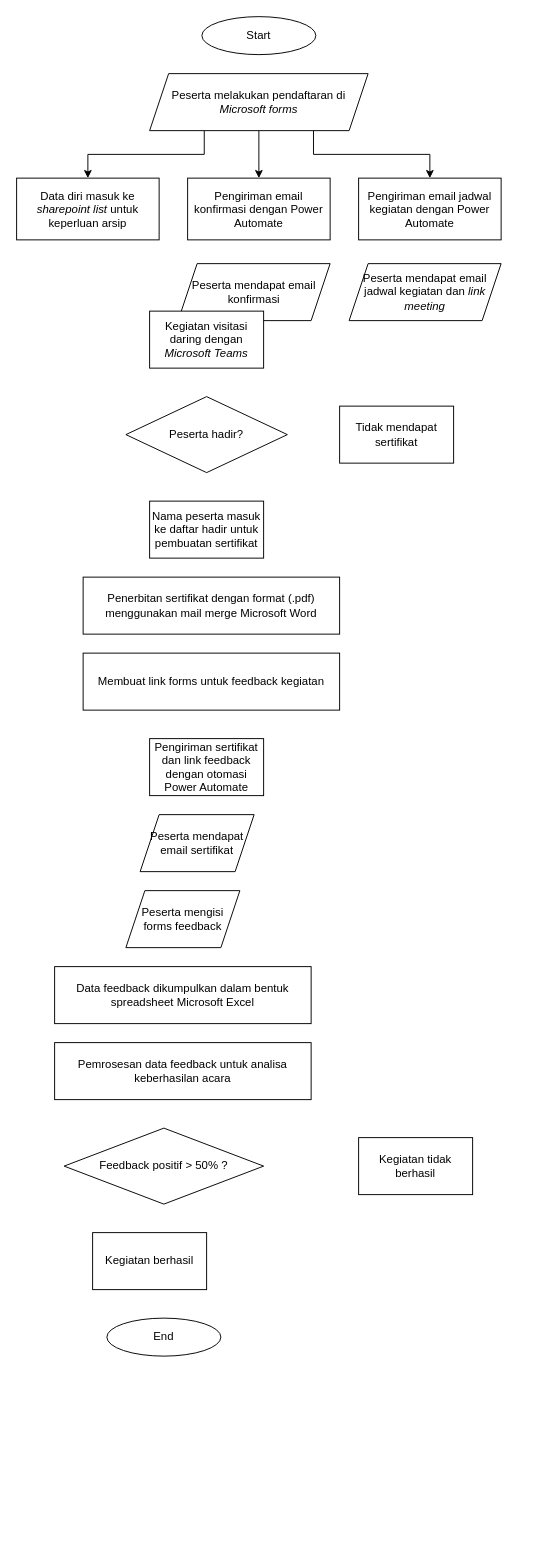
Above: Flowchart Proses.drawio in kairamilanifitria/Capstone-Project (draw.io), before the change. Source tidied: cells renumbered, new cells numbered last; positions are measured from the earlier drawing's top-left corner, leaving out a move shared by most shapes. Both pictures are drawn from the tidied source at 95%, with x=0, y=0 at pixel (16, 16).
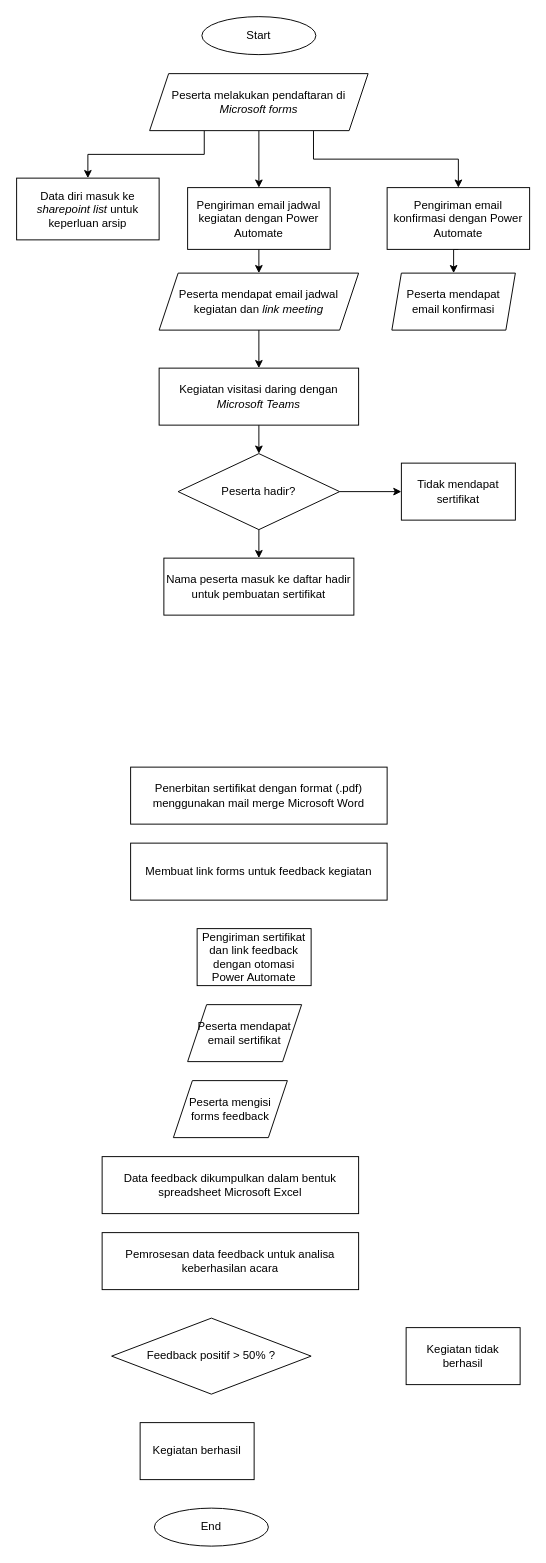
Above is the later version.

The change refers to these unchanged cells:
```xml
<mxCell id="6" value="Peserta melakukan pendaftaran di &lt;i&gt;Microsoft&amp;nbsp;forms&lt;/i&gt;" style="shape=parallelogram;perimeter=parallelogramPerimeter;whiteSpace=wrap;html=1;fixedSize=1;" parent="1" vertex="1">
  <mxGeometry x="140" y="60" width="230" height="60" as="geometry" />
</mxCell>
```

Diff of the diagram source:
```diff
@@
+    <mxCell id="5" style="edgeStyle=orthogonalEdgeStyle;rounded=0;jettySize=auto;html=1;exitX=0.5;exitY=1;exitDx=0;exitDy=0;entryX=0.5;entryY=0;entryDx=0;entryDy=0;" parent="1" edge="1" source="6" target="9">
+      <mxGeometry relative="1" as="geometry" />
+    </mxCell>
-    <mxCell id="4" style="edgeStyle=orthogonalEdgeStyle;rounded=0;jettySize=auto;html=1;exitX=0.5;exitY=1;exitDx=0;exitDy=0;entryX=0.5;entryY=0;entryDx=0;entryDy=0;" parent="1" edge="1" source="6" target="8">
+    <mxCell id="4" style="edgeStyle=orthogonalEdgeStyle;rounded=0;jettySize=auto;html=1;exitX=0.75;exitY=1;exitDx=0;exitDy=0;entryX=0.5;entryY=0;entryDx=0;entryDy=0;" parent="1" edge="1" source="6" target="8">
       <mxGeometry relative="1" as="geometry" />
     </mxCell>
-    <mxCell id="5" style="edgeStyle=orthogonalEdgeStyle;rounded=0;jettySize=auto;html=1;exitX=0.75;exitY=1;exitDx=0;exitDy=0;entryX=0.5;entryY=0;entryDx=0;entryDy=0;" parent="1" edge="1" source="6" target="9">
-      <mxGeometry relative="1" as="geometry" />
-    </mxCell>
@@
+    <mxCell id="27" style="edgeStyle=orthogonalEdgeStyle;rounded=0;jettySize=auto;html=1;exitX=0.5;exitY=1;exitDx=0;exitDy=0;entryX=0.5;entryY=0;entryDx=0;entryDy=0;" parent="1" edge="1" source="8" target="10">
+      <mxGeometry relative="1" as="geometry" />
+    </mxCell>
     <mxCell id="8" value="Pengiriman email konfirmasi dengan Power Automate" style="rounded=0;whiteSpace=wrap;html=1;" parent="1" vertex="1">
-      <mxGeometry x="180" y="170" width="150" height="65" as="geometry" />
+      <mxGeometry x="390" y="180" width="150" height="65" as="geometry" />
     </mxCell>
+    <mxCell id="28" style="edgeStyle=orthogonalEdgeStyle;rounded=0;jettySize=auto;html=1;exitX=0.5;exitY=1;exitDx=0;exitDy=0;entryX=0.5;entryY=0;entryDx=0;entryDy=0;" parent="1" edge="1" source="9" target="11">
+      <mxGeometry relative="1" as="geometry" />
+    </mxCell>
     <mxCell id="9" value="Pengiriman email jadwal kegiatan dengan Power Automate" style="rounded=0;whiteSpace=wrap;html=1;" parent="1" vertex="1">
-      <mxGeometry x="360" y="170" width="150" height="65" as="geometry" />
+      <mxGeometry x="180" y="180" width="150" height="65" as="geometry" />
     </mxCell>
-    <mxCell id="10" value="Peserta mendapat email konfirmasi" style="shape=parallelogram;perimeter=parallelogramPerimeter;whiteSpace=wrap;html=1;fixedSize=1;" parent="1" vertex="1">
-      <mxGeometry x="170" y="260" width="160" height="60" as="geometry" />
+    <mxCell id="10" value="Peserta mendapat email konfirmasi" style="shape=parallelogram;perimeter=parallelogramPerimeter;whiteSpace=wrap;html=1;fixedSize=1;size=10;" parent="1" vertex="1">
+      <mxGeometry x="395" y="270" width="130" height="60" as="geometry" />
     </mxCell>
+    <mxCell id="29" style="edgeStyle=orthogonalEdgeStyle;rounded=0;jettySize=auto;html=1;exitX=0.5;exitY=1;exitDx=0;exitDy=0;" parent="1" edge="1" source="11" target="12">
+      <mxGeometry relative="1" as="geometry" />
+    </mxCell>
     <mxCell id="11" value="Peserta mendapat email jadwal kegiatan dan &lt;i&gt;link meeting&lt;/i&gt;" style="shape=parallelogram;perimeter=parallelogramPerimeter;whiteSpace=wrap;html=1;fixedSize=1;" parent="1" vertex="1">
-      <mxGeometry x="350" y="260" width="160" height="60" as="geometry" />
+      <mxGeometry x="150" y="270" width="210" height="60" as="geometry" />
     </mxCell>
+    <mxCell id="30" style="edgeStyle=orthogonalEdgeStyle;rounded=0;jettySize=auto;html=1;exitX=0.5;exitY=1;exitDx=0;exitDy=0;entryX=0.5;entryY=0;entryDx=0;entryDy=0;" parent="1" edge="1" source="12" target="13">
+      <mxGeometry relative="1" as="geometry" />
+    </mxCell>
     <mxCell id="12" value="Kegiatan visitasi daring dengan &lt;i&gt;Microsoft Teams&lt;/i&gt;" style="rounded=0;whiteSpace=wrap;html=1;" parent="1" vertex="1">
-      <mxGeometry x="140" y="310" width="120" height="60" as="geometry" />
+      <mxGeometry x="150" y="370" width="210" height="60" as="geometry" />
     </mxCell>
+    <mxCell id="31" style="edgeStyle=orthogonalEdgeStyle;rounded=0;jettySize=auto;html=1;exitX=1;exitY=0.5;exitDx=0;exitDy=0;entryX=0;entryY=0.5;entryDx=0;entryDy=0;" parent="1" edge="1" source="13" target="14">
+      <mxGeometry relative="1" as="geometry" />
+    </mxCell>
+    <mxCell id="32" style="edgeStyle=orthogonalEdgeStyle;rounded=0;jettySize=auto;html=1;exitX=0.5;exitY=1;exitDx=0;exitDy=0;entryX=0.5;entryY=0;entryDx=0;entryDy=0;" parent="1" edge="1" source="13" target="15">
+      <mxGeometry relative="1" as="geometry" />
+    </mxCell>
     <mxCell id="13" value="Peserta hadir?" style="rhombus;whiteSpace=wrap;html=1;" parent="1" vertex="1">
-      <mxGeometry x="115" y="400" width="170" height="80" as="geometry" />
+      <mxGeometry x="170" y="460" width="170" height="80" as="geometry" />
     </mxCell>
     <mxCell id="14" value="Tidak mendapat sertifikat" style="rounded=0;whiteSpace=wrap;html=1;" parent="1" vertex="1">
-      <mxGeometry x="340" y="410" width="120" height="60" as="geometry" />
+      <mxGeometry x="405" y="470" width="120" height="60" as="geometry" />
     </mxCell>
     <mxCell id="15" value="Nama peserta masuk ke daftar hadir untuk pembuatan sertifikat" style="rounded=0;whiteSpace=wrap;html=1;" parent="1" vertex="1">
-      <mxGeometry x="140" y="510" width="120" height="60" as="geometry" />
+      <mxGeometry x="155" y="570" width="200" height="60" as="geometry" />
     </mxCell>
     <mxCell id="16" value="Penerbitan sertifikat dengan format (.pdf) menggunakan mail merge Microsoft Word" style="rounded=0;whiteSpace=wrap;html=1;" parent="1" vertex="1">
-      <mxGeometry x="70" y="590" width="270" height="60" as="geometry" />
+      <mxGeometry x="120" y="790" width="270" height="60" as="geometry" />
     </mxCell>
     <mxCell id="17" value="Pengiriman sertifikat dan link feedback dengan otomasi Power Automate" style="rounded=0;whiteSpace=wrap;html=1;" parent="1" vertex="1">
-      <mxGeometry x="140" y="760" width="120" height="60" as="geometry" />
+      <mxGeometry x="190" y="960" width="120" height="60" as="geometry" />
     </mxCell>
     <mxCell id="18" value="Membuat link forms untuk feedback kegiatan" style="rounded=0;whiteSpace=wrap;html=1;" parent="1" vertex="1">
-      <mxGeometry x="70" y="670" width="270" height="60" as="geometry" />
+      <mxGeometry x="120" y="870" width="270" height="60" as="geometry" />
     </mxCell>
     <mxCell id="19" value="Data feedback dikumpulkan dalam bentuk spreadsheet Microsoft Excel" style="rounded=0;whiteSpace=wrap;html=1;" parent="1" vertex="1">
-      <mxGeometry x="40" y="1000" width="270" height="60" as="geometry" />
+      <mxGeometry x="90" y="1200" width="270" height="60" as="geometry" />
     </mxCell>
     <mxCell id="20" value="Peserta mendapat email sertifikat" style="shape=parallelogram;perimeter=parallelogramPerimeter;whiteSpace=wrap;html=1;fixedSize=1;" parent="1" vertex="1">
-      <mxGeometry x="130" y="840" width="120" height="60" as="geometry" />
+      <mxGeometry x="180" y="1040" width="120" height="60" as="geometry" />
     </mxCell>
     <mxCell id="21" value="Peserta mengisi forms feedback" style="shape=parallelogram;perimeter=parallelogramPerimeter;whiteSpace=wrap;html=1;fixedSize=1;" parent="1" vertex="1">
-      <mxGeometry x="115" y="920" width="120" height="60" as="geometry" />
+      <mxGeometry x="165" y="1120" width="120" height="60" as="geometry" />
     </mxCell>
     <mxCell id="22" value="Pemrosesan data feedback untuk analisa keberhasilan acara" style="rounded=0;whiteSpace=wrap;html=1;" parent="1" vertex="1">
-      <mxGeometry x="40" y="1080" width="270" height="60" as="geometry" />
+      <mxGeometry x="90" y="1280" width="270" height="60" as="geometry" />
     </mxCell>
     <mxCell id="23" value="Feedback positif &amp;gt; 50% ?" style="rhombus;whiteSpace=wrap;html=1;" parent="1" vertex="1">
-      <mxGeometry x="50" y="1170" width="210" height="80" as="geometry" />
+      <mxGeometry x="100" y="1370" width="210" height="80" as="geometry" />
     </mxCell>
     <mxCell id="24" value="Kegiatan berhasil" style="rounded=0;whiteSpace=wrap;html=1;" parent="1" vertex="1">
-      <mxGeometry x="80" y="1280" width="120" height="60" as="geometry" />
+      <mxGeometry x="130" y="1480" width="120" height="60" as="geometry" />
     </mxCell>
     <mxCell id="25" value="Kegiatan tidak berhasil" style="rounded=0;whiteSpace=wrap;html=1;" parent="1" vertex="1">
-      <mxGeometry x="360" y="1180" width="120" height="60" as="geometry" />
+      <mxGeometry x="410" y="1380" width="120" height="60" as="geometry" />
     </mxCell>
     <mxCell id="26" value="End" style="ellipse;whiteSpace=wrap;html=1;" parent="1" vertex="1">
-      <mxGeometry x="95" y="1370" width="120" height="40" as="geometry" />
+      <mxGeometry x="145" y="1570" width="120" height="40" as="geometry" />
     </mxCell>
```
